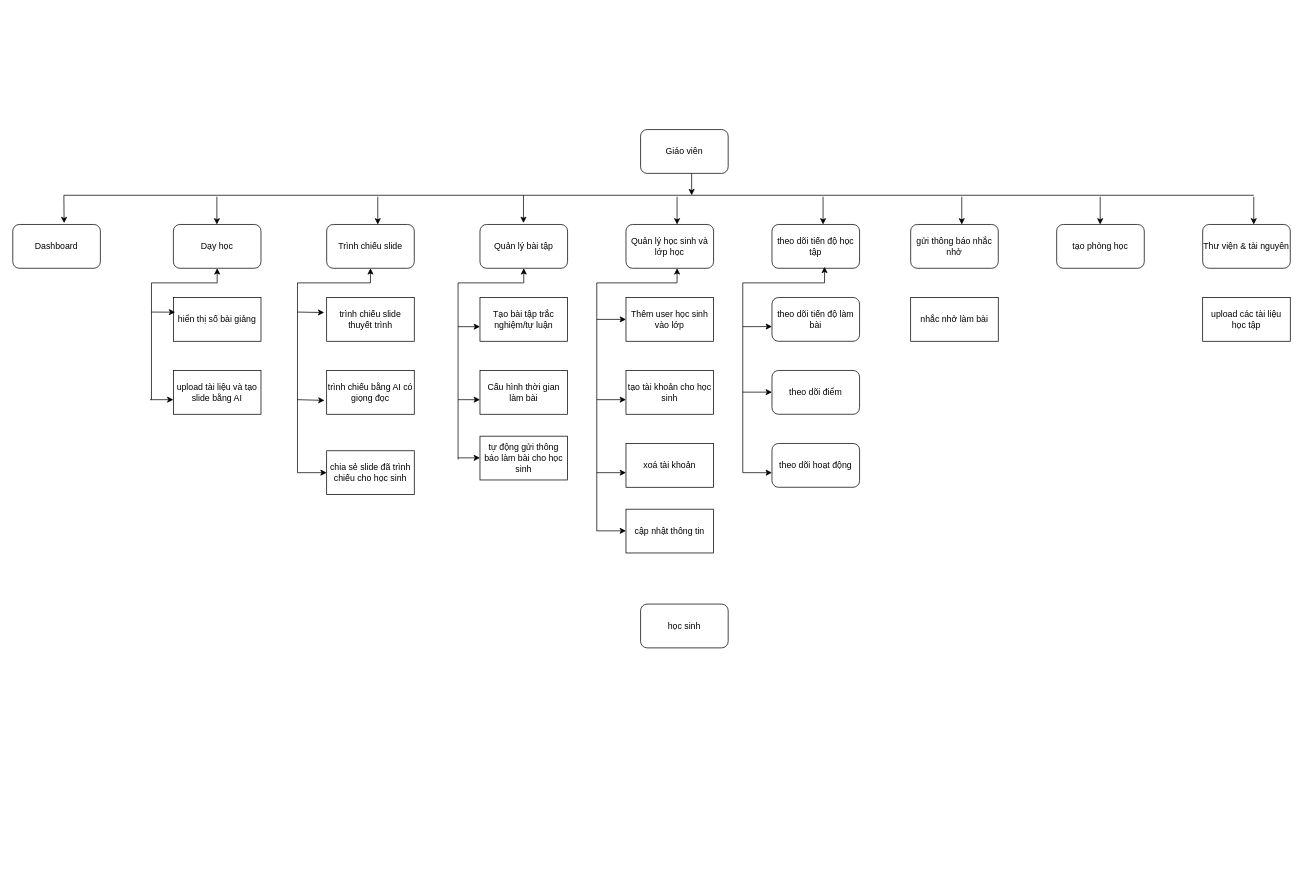
This is studydr.drawio from vuongnd03/black-had, a draw.io file, before an edit. Source tidied: cells renumbered, new cells numbered last; positions are measured from the earlier drawing's top-left corner, leaving out a move shared by most shapes. Both pictures are drawn from the tidied source at 73%, with x=0, y=0 at pixel (12, 129).
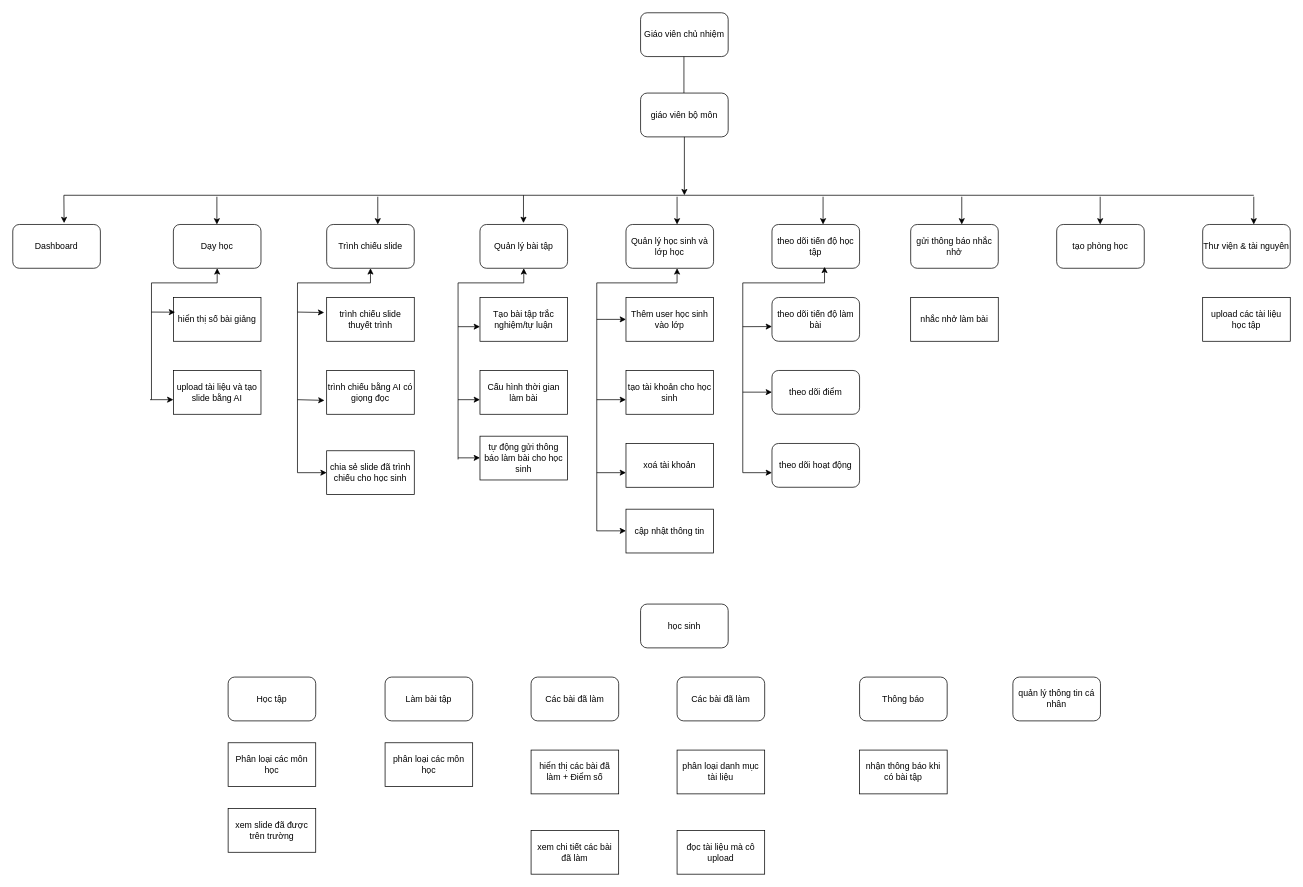
The same page after the edit.

The edit, as a diff of the source:
```diff
@@
-    <mxCell id="2" value="Giáo viên" style="rounded=1;whiteSpace=wrap;html=1;" parent="1" vertex="1">
-      <mxGeometry x="860" width="120" height="60" as="geometry" />
+    <mxCell id="2" value="Giáo viên chủ nhiệm" style="rounded=1;whiteSpace=wrap;html=1;" parent="1" vertex="1">
+      <mxGeometry x="860" y="-160" width="120" height="60" as="geometry" />
     </mxCell>
@@
-    <mxCell id="29" style="endArrow=classic;html=1;rounded=0;exitX=0.583;exitY=1;exitDx=0;exitDy=0;exitPerimeter=0;" parent="1" edge="1" source="2">
+    <mxCell id="29" style="endArrow=classic;html=1;rounded=0;exitX=0.583;exitY=1;exitDx=0;exitDy=0;exitPerimeter=0;" parent="1" edge="1">
       <mxGeometry relative="1" as="geometry">
-        <mxPoint x="930" y="90" as="targetPoint" />
+        <mxPoint x="919.4" y="-100" as="sourcePoint" />
+        <mxPoint x="919.4" y="-40" as="targetPoint" />
       </mxGeometry>
     </mxCell>
@@
+    <mxCell id="66" value="Học tập" style="rounded=1;whiteSpace=wrap;html=1;" parent="1" vertex="1">
+      <mxGeometry x="295" y="750" width="120" height="60" as="geometry" />
+    </mxCell>
+    <mxCell id="67" value="xem slide đã được trên trường" style="rounded=0;whiteSpace=wrap;html=1;" parent="1" vertex="1">
+      <mxGeometry x="295" y="930" width="120" height="60" as="geometry" />
+    </mxCell>
+    <mxCell id="68" value="Làm bài tập" style="rounded=1;whiteSpace=wrap;html=1;" parent="1" vertex="1">
+      <mxGeometry x="510" y="750" width="120" height="60" as="geometry" />
+    </mxCell>
+    <mxCell id="69" value="Các bài đã làm" style="rounded=1;whiteSpace=wrap;html=1;" parent="1" vertex="1">
+      <mxGeometry x="710" y="750" width="120" height="60" as="geometry" />
+    </mxCell>
+    <mxCell id="70" value="hiển thị các bài đã làm + Điểm số" style="rounded=0;whiteSpace=wrap;html=1;" parent="1" vertex="1">
+      <mxGeometry x="710" y="850" width="120" height="60" as="geometry" />
+    </mxCell>
+    <mxCell id="71" value="Thông báo" style="rounded=1;whiteSpace=wrap;html=1;" parent="1" vertex="1">
+      <mxGeometry x="1160" y="750" width="120" height="60" as="geometry" />
+    </mxCell>
+    <mxCell id="72" value="nhận thông báo khi có bài tập" style="rounded=0;whiteSpace=wrap;html=1;" parent="1" vertex="1">
+      <mxGeometry x="1160" y="850" width="120" height="60" as="geometry" />
+    </mxCell>
+    <mxCell id="73" value="xem chi tiết các bài đã làm" style="rounded=0;whiteSpace=wrap;html=1;" parent="1" vertex="1">
+      <mxGeometry x="710" y="960" width="120" height="60" as="geometry" />
+    </mxCell>
+    <mxCell id="74" value="quản lý thông tin cá nhân" style="rounded=1;whiteSpace=wrap;html=1;" parent="1" vertex="1">
+      <mxGeometry x="1370" y="750" width="120" height="60" as="geometry" />
+    </mxCell>
+    <mxCell id="75" value="Các bài đã làm" style="rounded=1;whiteSpace=wrap;html=1;" parent="1" vertex="1">
+      <mxGeometry x="910" y="750" width="120" height="60" as="geometry" />
+    </mxCell>
+    <mxCell id="76" value="đọc tài liệu mà cô upload" style="rounded=0;whiteSpace=wrap;html=1;" parent="1" vertex="1">
+      <mxGeometry x="910" y="960" width="120" height="60" as="geometry" />
+    </mxCell>
+    <mxCell id="77" value="phân loại danh mục tài liệu" style="rounded=0;whiteSpace=wrap;html=1;" parent="1" vertex="1">
+      <mxGeometry x="910" y="850" width="120" height="60" as="geometry" />
+    </mxCell>
+    <mxCell id="78" value="Phân loại các môn học" style="rounded=0;whiteSpace=wrap;html=1;" parent="1" vertex="1">
+      <mxGeometry x="295" y="840" width="120" height="60" as="geometry" />
+    </mxCell>
+    <mxCell id="79" value="phân loại các môn học" style="rounded=0;whiteSpace=wrap;html=1;" parent="1" vertex="1">
+      <mxGeometry x="510" y="840" width="120" height="60" as="geometry" />
+    </mxCell>
+    <mxCell id="80" value="giáo viên bộ môn" style="rounded=1;whiteSpace=wrap;html=1;" parent="1" vertex="1">
+      <mxGeometry x="860" y="-50" width="120" height="60" as="geometry" />
+    </mxCell>
+    <mxCell id="81" style="endArrow=classic;html=1;rounded=0;" parent="1" edge="1">
+      <mxGeometry relative="1" as="geometry">
+        <mxPoint x="920" y="10" as="sourcePoint" />
+        <mxPoint x="920" y="90" as="targetPoint" />
+      </mxGeometry>
+    </mxCell>
```
